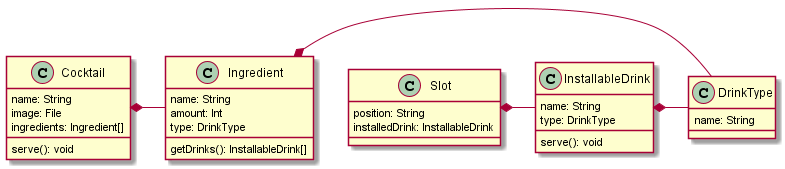
The PlantUML diagram doc/dcd/jbar_dcd.png in bennet0496/jBar, before a commit. Source of this version:
```plantuml
@startuml
class Cocktail {
    name: String
    image: File
    ingredients: Ingredient[]

    serve(): void
}
Cocktail *- Ingredient
class Ingredient {
    name: String
    amount: Int
    type: DrinkType

    getDrinks(): InstallableDrink[]
}

class DrinkType {
    name: String
}

class InstallableDrink {
    name: String
    type: DrinkType

    serve(): void
}
Ingredient *- DrinkType
InstallableDrink *- DrinkType
class Slot {
    position: String
    installedDrink: InstallableDrink
}
Slot *- InstallableDrink
@enduml
```
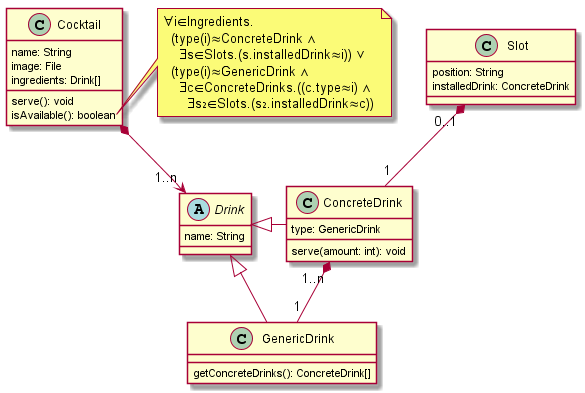
After the change.

What changed in the source:
```diff
@@ -1,35 +1,46 @@
 @startuml
+
 class Cocktail {
     name: String
     image: File
-    ingredients: Ingredient[]
+    ingredients: Drink[]
 
     serve(): void
-}
-Cocktail *- Ingredient
-class Ingredient {
-    name: String
-    amount: Int
-    type: DrinkType
-
-    getDrinks(): InstallableDrink[]
+    isAvailable(): boolean
 }
 
-class DrinkType {
+note right of Cocktail::isAvailable
+<U+2200>i<U+2208>Ingredients.
+  (type(i)<U+2248>ConcreteDrink <U+2227>
+    <U+2203>s<U+2208>Slots.(s.installedDrink<U+2248>i)) <U+2228>
+  (type(i)<U+2248>GenericDrink <U+2227>
+    <U+2203>c<U+2208>ConcreteDrinks.((c.type<U+2248>i) <U+2227>
+      <U+2203>s<U+2082><U+2208>Slots.(s<U+2082>.installedDrink<U+2248>c))
+end note
+
+Cocktail *--> "1..n" Drink
+
+abstract class Drink {
     name: String
 }
 
-class InstallableDrink {
-    name: String
-    type: DrinkType
+Drink <|- ConcreteDrink
 
-    serve(): void
+class ConcreteDrink {
+    type: GenericDrink
+    serve(amount: int): void
 }
-Ingredient *- DrinkType
-InstallableDrink *- DrinkType
+
+ConcreteDrink "1..n" *-- "1" GenericDrink
+
+Drink <|- GenericDrink
+class GenericDrink {
+    getConcreteDrinks(): ConcreteDrink[]
+}
+
 class Slot {
     position: String
-    installedDrink: InstallableDrink
+    installedDrink: ConcreteDrink
 }
-Slot *- InstallableDrink
+Slot "0..1" *-- "1" ConcreteDrink
 @enduml
```
